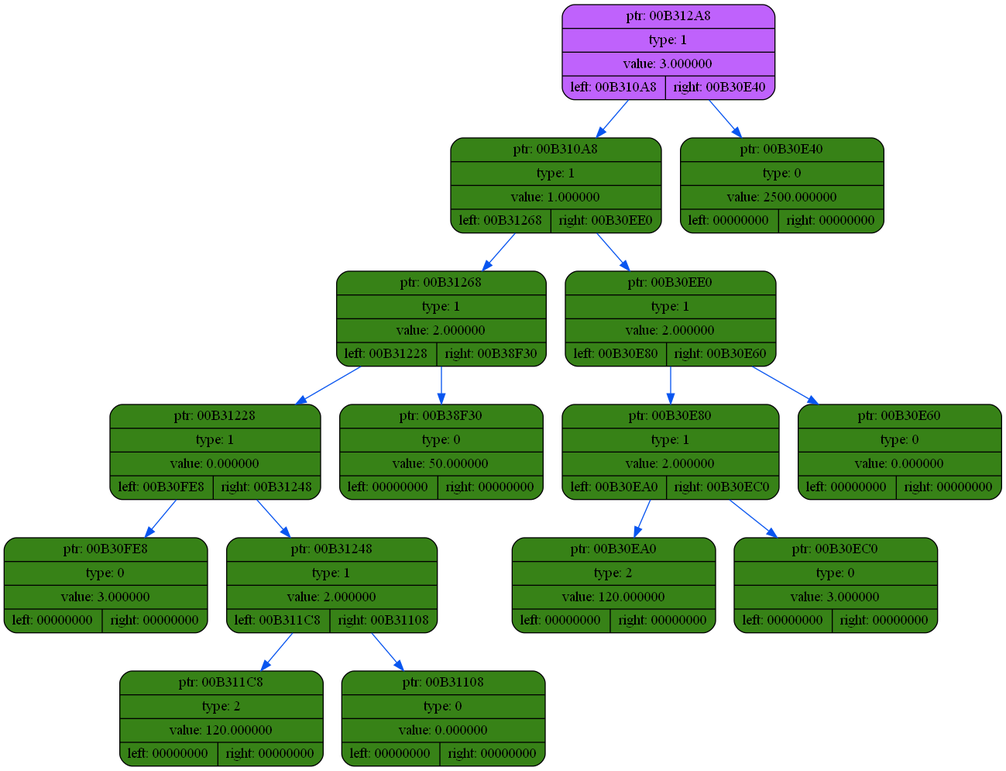
The Graphviz diagram dump/dump2.png in coffee8cat/differentiator, before a commit. Its source is kept beside it as dump/dump2.dot.
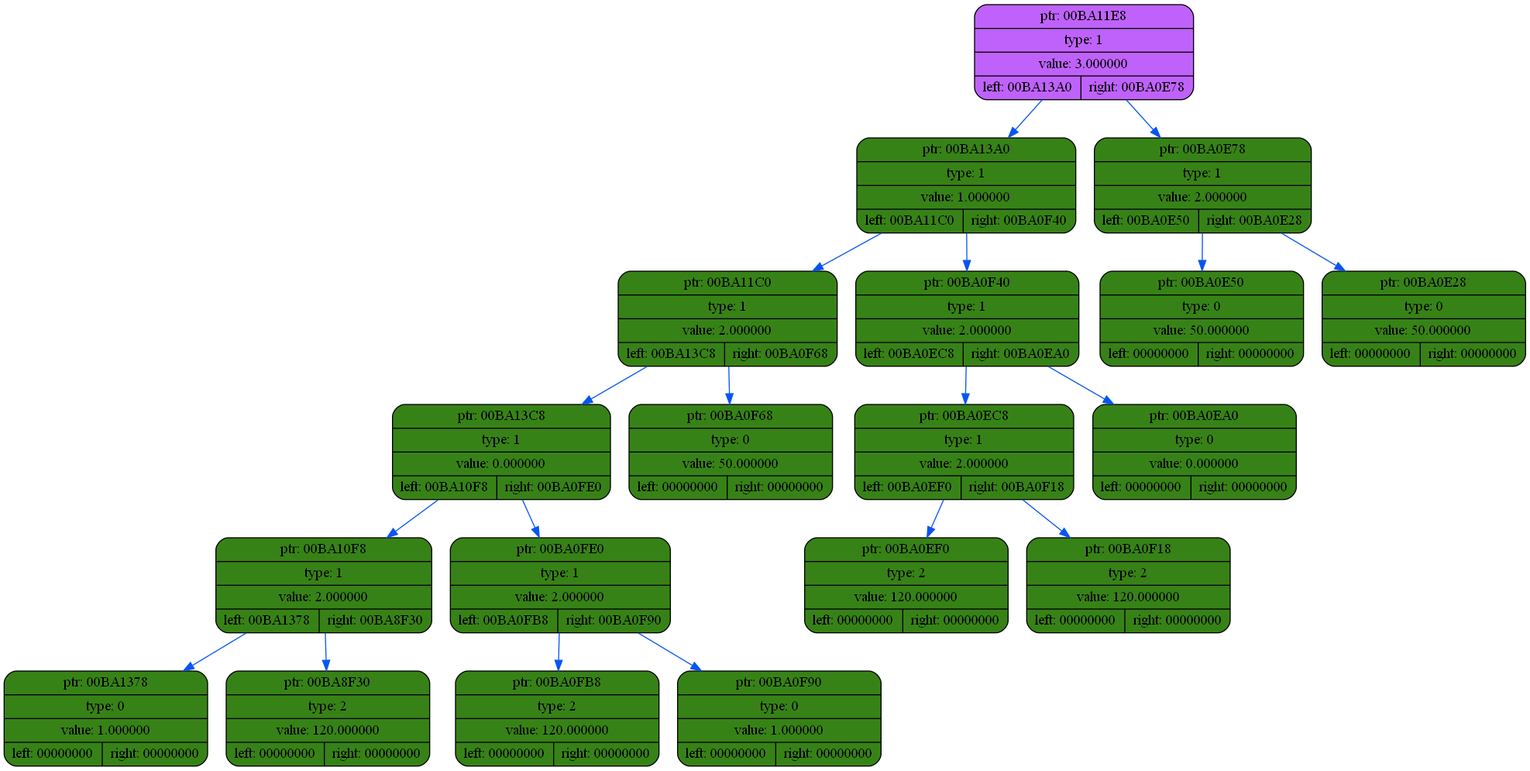
Above is the later version.

Diff of the diagram source:
```diff
@@ -2,33 +2,41 @@
 {
     rankdir=TP
 
-        node00B312A8[shape=record,style="rounded,filled",fillcolor="#BF62FC",label="{ ptr: 00B312A8 | type: 1 | value: 3.000000| { left: 00B310A8 | right: 00B30E40 }}"];
-    node00B312A8 -> node00B310A8[color="#0855F0"]
-    node00B310A8[shape=record,style="rounded,filled",fillcolor="#378217",label="{ ptr: 00B310A8 | type: 1 | value: 1.000000| { left: 00B31268 | right: 00B30EE0 }}"];
-    node00B310A8 -> node00B31268[color="#0855F0"]
-    node00B31268[shape=record,style="rounded,filled",fillcolor="#378217",label="{ ptr: 00B31268 | type: 1 | value: 2.000000| { left: 00B31228 | right: 00B38F30 }}"];
-    node00B31268 -> node00B31228[color="#0855F0"]
-    node00B31228[shape=record,style="rounded,filled",fillcolor="#378217",label="{ ptr: 00B31228 | type: 1 | value: 0.000000| { left: 00B30FE8 | right: 00B31248 }}"];
-    node00B31228 -> node00B30FE8[color="#0855F0"]
-    node00B30FE8[shape=record,style="rounded,filled",fillcolor="#378217",label="{ ptr: 00B30FE8 | type: 0 | value: 3.000000| { left: 00000000 | right: 00000000 }}"];
-    node00B31228 -> node00B31248[color="#0855F0"]
-    node00B31248[shape=record,style="rounded,filled",fillcolor="#378217",label="{ ptr: 00B31248 | type: 1 | value: 2.000000| { left: 00B311C8 | right: 00B31108 }}"];
-    node00B31248 -> node00B311C8[color="#0855F0"]
-    node00B311C8[shape=record,style="rounded,filled",fillcolor="#378217",label="{ ptr: 00B311C8 | type: 2 | value: 120.000000| { left: 00000000 | right: 00000000 }}"];
-    node00B31248 -> node00B31108[color="#0855F0"]
-    node00B31108[shape=record,style="rounded,filled",fillcolor="#378217",label="{ ptr: 00B31108 | type: 0 | value: 0.000000| { left: 00000000 | right: 00000000 }}"];
-    node00B31268 -> node00B38F30[color="#0855F0"]
-    node00B38F30[shape=record,style="rounded,filled",fillcolor="#378217",label="{ ptr: 00B38F30 | type: 0 | value: 50.000000| { left: 00000000 | right: 00000000 }}"];
-    node00B310A8 -> node00B30EE0[color="#0855F0"]
-    node00B30EE0[shape=record,style="rounded,filled",fillcolor="#378217",label="{ ptr: 00B30EE0 | type: 1 | value: 2.000000| { left: 00B30E80 | right: 00B30E60 }}"];
-    node00B30EE0 -> node00B30E80[color="#0855F0"]
-    node00B30E80[shape=record,style="rounded,filled",fillcolor="#378217",label="{ ptr: 00B30E80 | type: 1 | value: 2.000000| { left: 00B30EA0 | right: 00B30EC0 }}"];
-    node00B30E80 -> node00B30EA0[color="#0855F0"]
-    node00B30EA0[shape=record,style="rounded,filled",fillcolor="#378217",label="{ ptr: 00B30EA0 | type: 2 | value: 120.000000| { left: 00000000 | right: 00000000 }}"];
-    node00B30E80 -> node00B30EC0[color="#0855F0"]
-    node00B30EC0[shape=record,style="rounded,filled",fillcolor="#378217",label="{ ptr: 00B30EC0 | type: 0 | value: 3.000000| { left: 00000000 | right: 00000000 }}"];
-    node00B30EE0 -> node00B30E60[color="#0855F0"]
-    node00B30E60[shape=record,style="rounded,filled",fillcolor="#378217",label="{ ptr: 00B30E60 | type: 0 | value: 0.000000| { left: 00000000 | right: 00000000 }}"];
-    node00B312A8 -> node00B30E40[color="#0855F0"]
-    node00B30E40[shape=record,style="rounded,filled",fillcolor="#378217",label="{ ptr: 00B30E40 | type: 0 | value: 2500.000000| { left: 00000000 | right: 00000000 }}"];
+        node00BA11E8[shape=record,style="rounded,filled",fillcolor="#BF62FC",label="{ ptr: 00BA11E8 | type: 1 | value: 3.000000| { left: 00BA13A0 | right: 00BA0E78 }}"];
+    node00BA11E8 -> node00BA13A0[color="#0855F0"]
+    node00BA13A0[shape=record,style="rounded,filled",fillcolor="#378217",label="{ ptr: 00BA13A0 | type: 1 | value: 1.000000| { left: 00BA11C0 | right: 00BA0F40 }}"];
+    node00BA13A0 -> node00BA11C0[color="#0855F0"]
+    node00BA11C0[shape=record,style="rounded,filled",fillcolor="#378217",label="{ ptr: 00BA11C0 | type: 1 | value: 2.000000| { left: 00BA13C8 | right: 00BA0F68 }}"];
+    node00BA11C0 -> node00BA13C8[color="#0855F0"]
+    node00BA13C8[shape=record,style="rounded,filled",fillcolor="#378217",label="{ ptr: 00BA13C8 | type: 1 | value: 0.000000| { left: 00BA10F8 | right: 00BA0FE0 }}"];
+    node00BA13C8 -> node00BA10F8[color="#0855F0"]
+    node00BA10F8[shape=record,style="rounded,filled",fillcolor="#378217",label="{ ptr: 00BA10F8 | type: 1 | value: 2.000000| { left: 00BA1378 | right: 00BA8F30 }}"];
+    node00BA10F8 -> node00BA1378[color="#0855F0"]
+    node00BA1378[shape=record,style="rounded,filled",fillcolor="#378217",label="{ ptr: 00BA1378 | type: 0 | value: 1.000000| { left: 00000000 | right: 00000000 }}"];
+    node00BA10F8 -> node00BA8F30[color="#0855F0"]
+    node00BA8F30[shape=record,style="rounded,filled",fillcolor="#378217",label="{ ptr: 00BA8F30 | type: 2 | value: 120.000000| { left: 00000000 | right: 00000000 }}"];
+    node00BA13C8 -> node00BA0FE0[color="#0855F0"]
+    node00BA0FE0[shape=record,style="rounded,filled",fillcolor="#378217",label="{ ptr: 00BA0FE0 | type: 1 | value: 2.000000| { left: 00BA0FB8 | right: 00BA0F90 }}"];
+    node00BA0FE0 -> node00BA0FB8[color="#0855F0"]
+    node00BA0FB8[shape=record,style="rounded,filled",fillcolor="#378217",label="{ ptr: 00BA0FB8 | type: 2 | value: 120.000000| { left: 00000000 | right: 00000000 }}"];
+    node00BA0FE0 -> node00BA0F90[color="#0855F0"]
+    node00BA0F90[shape=record,style="rounded,filled",fillcolor="#378217",label="{ ptr: 00BA0F90 | type: 0 | value: 1.000000| { left: 00000000 | right: 00000000 }}"];
+    node00BA11C0 -> node00BA0F68[color="#0855F0"]
+    node00BA0F68[shape=record,style="rounded,filled",fillcolor="#378217",label="{ ptr: 00BA0F68 | type: 0 | value: 50.000000| { left: 00000000 | right: 00000000 }}"];
+    node00BA13A0 -> node00BA0F40[color="#0855F0"]
+    node00BA0F40[shape=record,style="rounded,filled",fillcolor="#378217",label="{ ptr: 00BA0F40 | type: 1 | value: 2.000000| { left: 00BA0EC8 | right: 00BA0EA0 }}"];
+    node00BA0F40 -> node00BA0EC8[color="#0855F0"]
+    node00BA0EC8[shape=record,style="rounded,filled",fillcolor="#378217",label="{ ptr: 00BA0EC8 | type: 1 | value: 2.000000| { left: 00BA0EF0 | right: 00BA0F18 }}"];
+    node00BA0EC8 -> node00BA0EF0[color="#0855F0"]
+    node00BA0EF0[shape=record,style="rounded,filled",fillcolor="#378217",label="{ ptr: 00BA0EF0 | type: 2 | value: 120.000000| { left: 00000000 | right: 00000000 }}"];
+    node00BA0EC8 -> node00BA0F18[color="#0855F0"]
+    node00BA0F18[shape=record,style="rounded,filled",fillcolor="#378217",label="{ ptr: 00BA0F18 | type: 2 | value: 120.000000| { left: 00000000 | right: 00000000 }}"];
+    node00BA0F40 -> node00BA0EA0[color="#0855F0"]
+    node00BA0EA0[shape=record,style="rounded,filled",fillcolor="#378217",label="{ ptr: 00BA0EA0 | type: 0 | value: 0.000000| { left: 00000000 | right: 00000000 }}"];
+    node00BA11E8 -> node00BA0E78[color="#0855F0"]
+    node00BA0E78[shape=record,style="rounded,filled",fillcolor="#378217",label="{ ptr: 00BA0E78 | type: 1 | value: 2.000000| { left: 00BA0E50 | right: 00BA0E28 }}"];
+    node00BA0E78 -> node00BA0E50[color="#0855F0"]
+    node00BA0E50[shape=record,style="rounded,filled",fillcolor="#378217",label="{ ptr: 00BA0E50 | type: 0 | value: 50.000000| { left: 00000000 | right: 00000000 }}"];
+    node00BA0E78 -> node00BA0E28[color="#0855F0"]
+    node00BA0E28[shape=record,style="rounded,filled",fillcolor="#378217",label="{ ptr: 00BA0E28 | type: 0 | value: 50.000000| { left: 00000000 | right: 00000000 }}"];
 }
```
